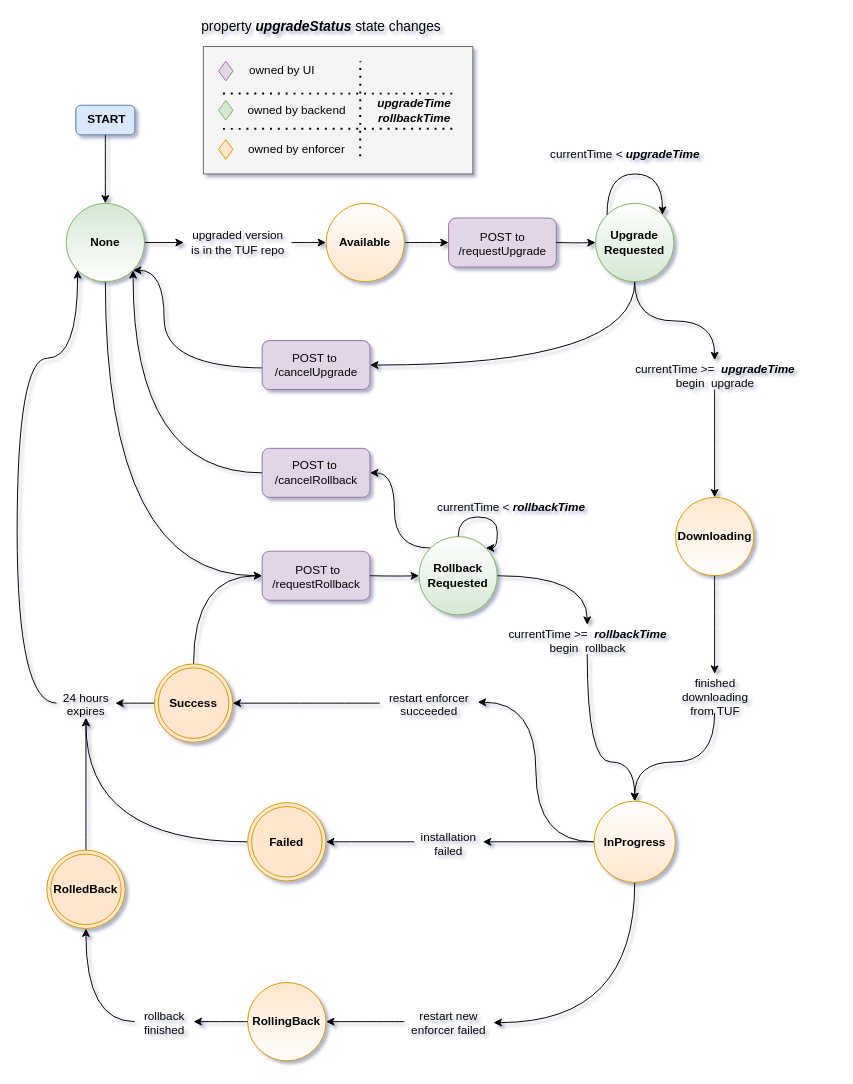
Earlier version of the draw.io diagram upgradeStatus.drawio (brianonn/drawio). Source tidied: cells renumbered, new cells numbered last; positions are measured from the earlier drawing's top-left corner, leaving out a move shared by most shapes. Both pictures are drawn from the tidied source at 98%, with x=0, y=0 at pixel (17, 17).
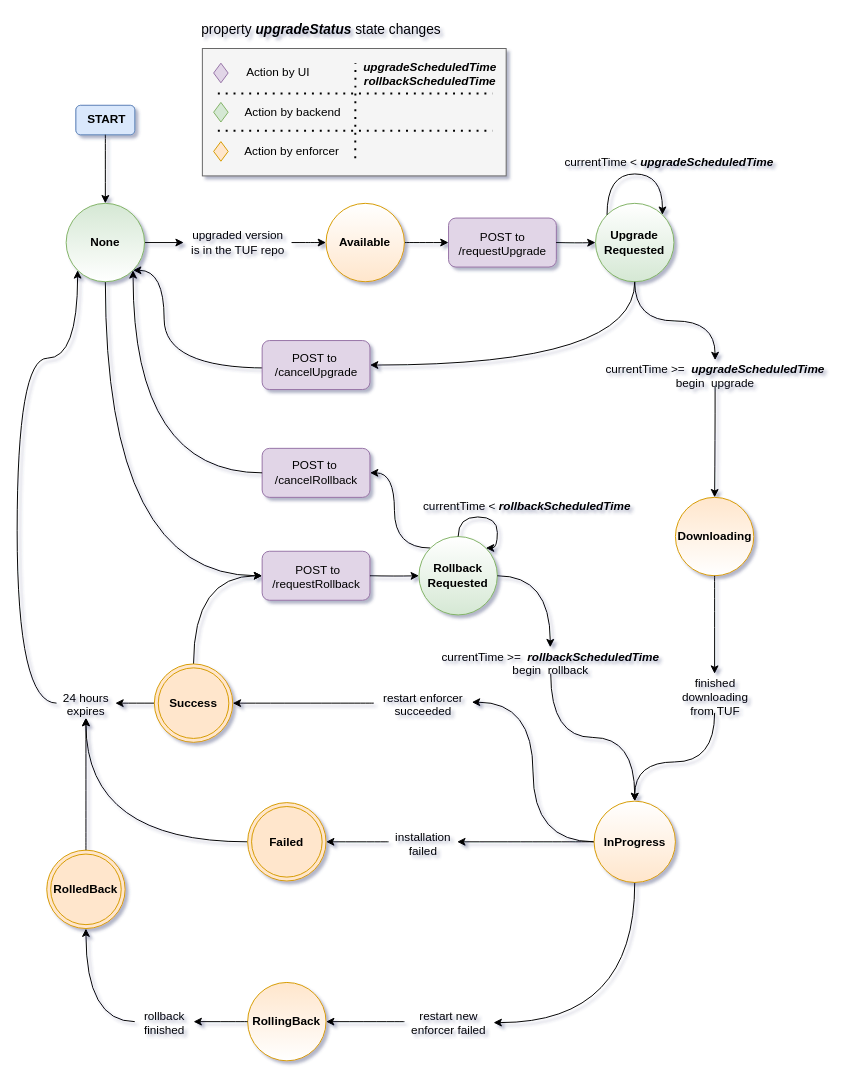
Above is the later version.

Unchanged cells that the change refers to:
```xml
<mxCell id="24" value="&lt;b&gt;None&lt;/b&gt;" style="ellipse;whiteSpace=wrap;html=1;labelBackgroundColor=none;fillColor=#d5e8d4;strokeColor=#82b366;direction=east;gradientColor=#ffffff;" parent="1" vertex="1">
  <mxGeometry x="50" y="190" width="80" height="80" as="geometry" />
</mxCell>
<mxCell id="39" value="&lt;b&gt;InProgress&lt;/b&gt;" style="ellipse;whiteSpace=wrap;html=1;fillColor=#ffe6cc;strokeColor=#d79b00;direction=west;gradientColor=#ffffff;" parent="1" vertex="1">
  <mxGeometry x="588.7" y="800" width="83" height="83" as="geometry" />
</mxCell>
<mxCell id="56" value="&lt;b&gt;Rollback&lt;br&gt;Requested&lt;/b&gt;" style="ellipse;whiteSpace=wrap;html=1;fillColor=#d5e8d4;strokeColor=#82b366;direction=west;gradientColor=#ffffff;" parent="1" vertex="1">
  <mxGeometry x="410" y="530" width="80" height="80" as="geometry" />
</mxCell>
```

Diff of the diagram source:
```diff
@@
     <mxCell id="25" value="restart enforcer &lt;br&gt;succeeded" style="text;html=1;points=[];align=center;verticalAlign=top;spacingTop=-4;direction=west;" parent="1" vertex="1">
-      <mxGeometry x="370" y="685" width="100" height="30" as="geometry" />
+      <mxGeometry x="364" y="685" width="100" height="30" as="geometry" />
     </mxCell>
@@
-    <mxCell id="29" value="currentTime &amp;gt;=&amp;nbsp; &lt;b&gt;&lt;i&gt;upgradeTime&lt;/i&gt;&lt;/b&gt;&lt;br&gt;begin&amp;nbsp; upgrade" style="text;html=1;points=[];align=center;verticalAlign=top;spacingTop=-4;direction=west;" parent="1" vertex="1">
-      <mxGeometry x="621.7" y="350" width="180" height="30" as="geometry" />
+    <mxCell id="29" value="currentTime &amp;gt;=&amp;nbsp;&amp;nbsp;&lt;b&gt;&lt;i&gt;upgradeScheduledTime&lt;/i&gt;&lt;/b&gt;&lt;br&gt;begin&amp;nbsp; upgrade" style="text;html=1;points=[];align=center;verticalAlign=top;spacingTop=-4;direction=west;" parent="1" vertex="1">
+      <mxGeometry x="595.2" y="350" width="234" height="27" as="geometry" />
     </mxCell>
@@
     <mxCell id="35" value="installation&lt;br&gt;failed" style="text;html=1;points=[];align=center;verticalAlign=top;spacingTop=-4;direction=west;" parent="1" vertex="1">
-      <mxGeometry x="405.2" y="826.5" width="70" height="30" as="geometry" />
+      <mxGeometry x="379" y="826.5" width="70" height="30" as="geometry" />
     </mxCell>
@@
-    <mxCell id="47" value="currentTime &amp;lt; &lt;b&gt;&lt;i&gt;upgradeTime&lt;/i&gt;&lt;/b&gt;" style="text;html=1;align=center;verticalAlign=middle;" parent="1" vertex="1">
-      <mxGeometry x="535.2" y="130" width="170" height="20" as="geometry" />
+    <mxCell id="47" value="currentTime &amp;lt; &lt;b&gt;&lt;i&gt;upgradeScheduledTime&lt;/i&gt;&lt;/b&gt;" style="text;html=1;align=center;verticalAlign=middle;" parent="1" vertex="1">
+      <mxGeometry x="553" y="139" width="223" height="18" as="geometry" />
     </mxCell>
@@
-    <mxCell id="61" value="currentTime &amp;lt; &lt;b&gt;&lt;i&gt;rollbackTime&lt;/i&gt;&lt;/b&gt;" style="text;html=1;align=center;verticalAlign=middle;" parent="1" vertex="1">
-      <mxGeometry x="418.7" y="490" width="170" height="20" as="geometry" />
+    <mxCell id="61" value="currentTime &amp;lt; &lt;b&gt;&lt;i&gt;rollbackScheduledTime&lt;/i&gt;&lt;/b&gt;" style="text;html=1;align=center;verticalAlign=middle;" parent="1" vertex="1">
+      <mxGeometry x="409" y="490" width="222" height="18" as="geometry" />
     </mxCell>
-    <mxCell id="62" style="edgeStyle=orthogonalEdgeStyle;curved=1;jettySize=auto;html=1;" parent="1" edge="1" source="63" target="39">
-      <mxGeometry relative="1" as="geometry">
-        <Array as="points">
-          <mxPoint x="582" y="760" />
-          <mxPoint x="630" y="760" />
-        </Array>
-      </mxGeometry>
+    <mxCell id="62" style="edgeStyle=orthogonalEdgeStyle;curved=1;rounded=0;jettySize=auto;html=1;entryX=0.5;entryY=1;entryDx=0;entryDy=0;exitX=0.498;exitY=0.007;exitDx=0;exitDy=0;exitPerimeter=0;" parent="1" edge="1" source="63" target="39">
+      <mxGeometry relative="1" as="geometry" />
     </mxCell>
-    <mxCell id="63" value="currentTime &amp;gt;=&amp;nbsp; &lt;b&gt;&lt;i&gt;rollbackTime&lt;/i&gt;&lt;/b&gt;&lt;br&gt;begin&amp;nbsp; rollback" style="text;html=1;points=[];align=center;verticalAlign=top;spacingTop=-4;direction=west;" parent="1" vertex="1">
-      <mxGeometry x="491.7" y="620" width="180" height="30" as="geometry" />
+    <mxCell id="63" value="currentTime &amp;gt;=&amp;nbsp; &lt;b&gt;&lt;i&gt;rollbackScheduledTime&lt;/i&gt;&lt;/b&gt;&lt;br&gt;begin&amp;nbsp; rollback" style="text;html=1;points=[];align=center;verticalAlign=top;spacingTop=-4;direction=west;" parent="1" vertex="1">
+      <mxGeometry x="428" y="643" width="232" height="27" as="geometry" />
     </mxCell>
-    <mxCell id="64" style="edgeStyle=orthogonalEdgeStyle;curved=1;jettySize=auto;html=1;entryX=0.5;entryY=1;entryDx=0;entryDy=0;" parent="1" edge="1" source="56" target="63">
+    <mxCell id="64" style="edgeStyle=orthogonalEdgeStyle;curved=1;jettySize=auto;html=1;entryX=0.5;entryY=1;entryDx=0;entryDy=0;exitX=0;exitY=0.5;exitDx=0;exitDy=0;" parent="1" edge="1" source="56" target="63">
       <mxGeometry relative="1" as="geometry" />
     </mxCell>
-    <mxCell id="65" style="group;" parent="1" vertex="1">
-      <mxGeometry x="190" y="30" width="275" height="130" as="geometry" />
-    </mxCell>
+    <mxCell id="77" value="property &lt;b&gt;&lt;i&gt;upgradeStatus&lt;/i&gt;&lt;/b&gt; state changes" style="text;html=1;align=center;verticalAlign=middle;fontSize=14;" parent="1" vertex="1">
+      <mxGeometry x="180.2" y="3" width="260" height="20" as="geometry" />
+    </mxCell>
+    <mxCell id="78" style="group;" parent="1" vertex="1">
+      <mxGeometry x="250" y="440" width="110" height="50" as="geometry" />
+    </mxCell>
+    <mxCell id="79" style="rounded=1;whiteSpace=wrap;html=1;fillColor=#e1d5e7;strokeColor=#9673a6;" parent="78" vertex="1">
+      <mxGeometry width="110" height="50" as="geometry" />
+    </mxCell>
+    <mxCell id="80" value="POST to&amp;nbsp;&lt;br&gt;/cancelRollback" style="text;html=1;align=center;verticalAlign=middle;" parent="78" vertex="1">
+      <mxGeometry x="5" y="10" width="100" height="30" as="geometry" />
+    </mxCell>
+    <mxCell id="81" style="edgeStyle=orthogonalEdgeStyle;rounded=0;jettySize=auto;html=1;entryX=1;entryY=1;entryDx=0;entryDy=0;elbow=vertical;curved=1;exitX=0;exitY=0.5;exitDx=0;exitDy=0;" parent="1" edge="1" source="79" target="24">
+      <mxGeometry relative="1" as="geometry" />
+    </mxCell>
+    <mxCell id="82" style="edgeStyle=orthogonalEdgeStyle;curved=1;rounded=0;orthogonalLoop=1;jettySize=auto;html=1;entryX=0;entryY=1;entryDx=0;entryDy=0;" parent="1" edge="1" source="56" target="56">
+      <mxGeometry relative="1" as="geometry">
+        <Array as="points">
+          <mxPoint x="450" y="510" />
+          <mxPoint x="490" y="510" />
+          <mxPoint x="490" y="542" />
+        </Array>
+      </mxGeometry>
+    </mxCell>
+    <mxCell id="83" style="group;" parent="1" vertex="1">
+      <mxGeometry x="189" y="32" width="310" height="130" as="geometry" />
+    </mxCell>
-    <mxCell id="66" style="rounded=0;whiteSpace=wrap;html=1;shadow=0;glass=0;sketch=0;strokeColor=#666666;fillColor=#f5f5f5;align=center;fontColor=#333333;" parent="65" vertex="1">
-      <mxGeometry width="275" height="130" as="geometry" />
+    <mxCell id="66" style="rounded=0;whiteSpace=wrap;html=1;shadow=0;glass=0;sketch=0;strokeColor=#666666;fillColor=#f5f5f5;align=center;fontColor=#333333;" parent="83" vertex="1">
+      <mxGeometry width="310" height="130" as="geometry" />
     </mxCell>
-    <mxCell id="67" value="owned by UI" style="text;html=1;align=center;verticalAlign=middle;" parent="65" vertex="1">
-      <mxGeometry x="40" y="15" width="80" height="20" as="geometry" />
+    <mxCell id="67" value="Action by UI" style="text;html=1;align=center;verticalAlign=middle;" parent="83" vertex="1">
+      <mxGeometry x="39" y="16" width="75" height="18" as="geometry" />
     </mxCell>
-    <mxCell id="68" value="owned by backend" style="text;html=1;align=center;verticalAlign=middle;" parent="65" vertex="1">
-      <mxGeometry x="35.2" y="55" width="120" height="20" as="geometry" />
+    <mxCell id="68" value="Action by backend" style="text;html=1;align=center;verticalAlign=middle;" parent="83" vertex="1">
+      <mxGeometry x="38.2" y="56" width="108" height="18" as="geometry" />
     </mxCell>
-    <mxCell id="69" value="owned by enforcer" style="text;html=1;align=center;verticalAlign=middle;" parent="65" vertex="1">
-      <mxGeometry x="40.2" y="95" width="110" height="20" as="geometry" />
+    <mxCell id="69" value="Action by enforcer" style="text;html=1;align=center;verticalAlign=middle;" parent="83" vertex="1">
+      <mxGeometry x="38.2" y="96" width="106" height="18" as="geometry" />
     </mxCell>
-    <mxCell id="70" style="rhombus;whiteSpace=wrap;html=1;fillColor=#e1d5e7;align=center;strokeColor=#9673a6;" parent="65" vertex="1">
-      <mxGeometry x="15.5" y="15" width="14.8" height="20" as="geometry" />
+    <mxCell id="70" style="rhombus;whiteSpace=wrap;html=1;fillColor=#e1d5e7;align=center;strokeColor=#9673a6;" parent="83" vertex="1">
+      <mxGeometry x="11.5" y="15" width="14.8" height="20" as="geometry" />
     </mxCell>
-    <mxCell id="71" style="rhombus;whiteSpace=wrap;html=1;fillColor=#d5e8d4;align=center;strokeColor=#82b366;" parent="65" vertex="1">
-      <mxGeometry x="15.5" y="55" width="14.8" height="20" as="geometry" />
+    <mxCell id="71" style="rhombus;whiteSpace=wrap;html=1;fillColor=#d5e8d4;align=center;strokeColor=#82b366;" parent="83" vertex="1">
+      <mxGeometry x="11.5" y="55" width="14.8" height="20" as="geometry" />
     </mxCell>
-    <mxCell id="72" style="rhombus;whiteSpace=wrap;html=1;fillColor=#ffe6cc;align=center;strokeColor=#d79b00;" parent="65" vertex="1">
-      <mxGeometry x="15.5" y="95" width="14.8" height="20" as="geometry" />
+    <mxCell id="72" style="rhombus;whiteSpace=wrap;html=1;fillColor=#ffe6cc;align=center;strokeColor=#d79b00;" parent="83" vertex="1">
+      <mxGeometry x="11.5" y="95" width="14.8" height="20" as="geometry" />
     </mxCell>
-    <mxCell id="73" value="&lt;b&gt;&lt;i&gt;upgradeTime&lt;br&gt;rollbackTime&lt;/i&gt;&lt;/b&gt;" style="text;html=1;align=center;verticalAlign=middle;points=[];" parent="65" vertex="1">
-      <mxGeometry x="170" y="50" width="90" height="30" as="geometry" />
+    <mxCell id="73" value="&lt;b&gt;&lt;i&gt;upgradeScheduledTime&lt;br&gt;rollbackScheduledTime&lt;/i&gt;&lt;/b&gt;" style="text;html=1;align=center;verticalAlign=middle;points=[];" parent="83" vertex="1">
+      <mxGeometry x="159" y="10" width="145" height="31" as="geometry" />
     </mxCell>
-    <mxCell id="74" style="endArrow=none;dashed=1;html=1;dashPattern=1 3;strokeWidth=2;entryX=0.935;entryY=-0.065;entryDx=0;entryDy=0;entryPerimeter=0;" parent="65" edge="1" target="73">
-      <mxGeometry relative="1" as="geometry">
-        <mxPoint x="20" y="48" as="sourcePoint" />
-      </mxGeometry>
-    </mxCell>
-    <mxCell id="75" style="endArrow=none;dashed=1;html=1;dashPattern=1 3;strokeWidth=2;entryX=0.935;entryY=-0.065;entryDx=0;entryDy=0;entryPerimeter=0;" parent="65" edge="1">
-      <mxGeometry relative="1" as="geometry">
-        <mxPoint x="20" y="84" as="sourcePoint" />
-        <mxPoint x="260" y="83.8" as="targetPoint" />
-      </mxGeometry>
-    </mxCell>
-    <mxCell id="76" style="endArrow=none;dashed=1;html=1;dashPattern=1 3;strokeWidth=2;entryX=0.935;entryY=-0.065;entryDx=0;entryDy=0;entryPerimeter=0;" parent="65" edge="1">
-      <mxGeometry relative="1" as="geometry">
-        <mxPoint x="160" y="111.9" as="sourcePoint" />
-        <mxPoint x="160.2" y="15" as="targetPoint" />
+    <mxCell id="76" style="endArrow=none;dashed=1;html=1;dashPattern=1 3;strokeWidth=2;entryX=0.935;entryY=-0.065;entryDx=0;entryDy=0;entryPerimeter=0;" parent="83" edge="1">
+      <mxGeometry x="-4" as="geometry">
+        <mxPoint x="156" y="111.9" as="sourcePoint" />
+        <mxPoint x="156.2" y="15" as="targetPoint" />
       </mxGeometry>
     </mxCell>
-    <mxCell id="77" value="property &lt;b&gt;&lt;i&gt;upgradeStatus&lt;/i&gt;&lt;/b&gt; state changes" style="text;html=1;align=center;verticalAlign=middle;fontSize=14;" parent="1" vertex="1">
-      <mxGeometry x="180.2" width="260" height="20" as="geometry" />
-    </mxCell>
-    <mxCell id="78" style="group;" parent="1" vertex="1">
-      <mxGeometry x="250" y="440" width="110" height="50" as="geometry" />
-    </mxCell>
-    <mxCell id="79" style="rounded=1;whiteSpace=wrap;html=1;fillColor=#e1d5e7;strokeColor=#9673a6;" parent="78" vertex="1">
-      <mxGeometry width="110" height="50" as="geometry" />
-    </mxCell>
-    <mxCell id="80" value="POST to&amp;nbsp;&lt;br&gt;/cancelRollback" style="text;html=1;align=center;verticalAlign=middle;" parent="78" vertex="1">
-      <mxGeometry x="5" y="10" width="100" height="30" as="geometry" />
-    </mxCell>
-    <mxCell id="81" style="edgeStyle=orthogonalEdgeStyle;rounded=0;jettySize=auto;html=1;entryX=1;entryY=1;entryDx=0;entryDy=0;elbow=vertical;curved=1;exitX=0;exitY=0.5;exitDx=0;exitDy=0;" parent="1" edge="1" source="79" target="24">
-      <mxGeometry relative="1" as="geometry" />
-    </mxCell>
-    <mxCell id="82" style="edgeStyle=orthogonalEdgeStyle;curved=1;rounded=0;orthogonalLoop=1;jettySize=auto;html=1;entryX=0;entryY=1;entryDx=0;entryDy=0;" parent="1" edge="1" source="56" target="56">
-      <mxGeometry relative="1" as="geometry">
-        <Array as="points">
-          <mxPoint x="450" y="510" />
-          <mxPoint x="490" y="510" />
-          <mxPoint x="490" y="542" />
-        </Array>
-      </mxGeometry>
-    </mxCell>
+    <mxCell id="84" style="endArrow=none;dashed=1;html=1;dashPattern=1 3;strokeWidth=2;entryX=0.935;entryY=-0.065;entryDx=0;entryDy=0;entryPerimeter=0;" parent="83" edge="1">
+      <mxGeometry x="-4.2" y="36" as="geometry">
+        <mxPoint x="15.8" y="84" as="sourcePoint" />
+        <mxPoint x="296" y="84" as="targetPoint" />
+      </mxGeometry>
+    </mxCell>
+    <mxCell id="85" style="endArrow=none;dashed=1;html=1;dashPattern=1 3;strokeWidth=2;entryX=0.935;entryY=-0.065;entryDx=0;entryDy=0;entryPerimeter=0;" parent="83" edge="1">
+      <mxGeometry x="-4.2" y="-2" as="geometry">
+        <mxPoint x="15.8" y="46" as="sourcePoint" />
+        <mxPoint x="296" y="46" as="targetPoint" />
+      </mxGeometry>
+    </mxCell>
```
